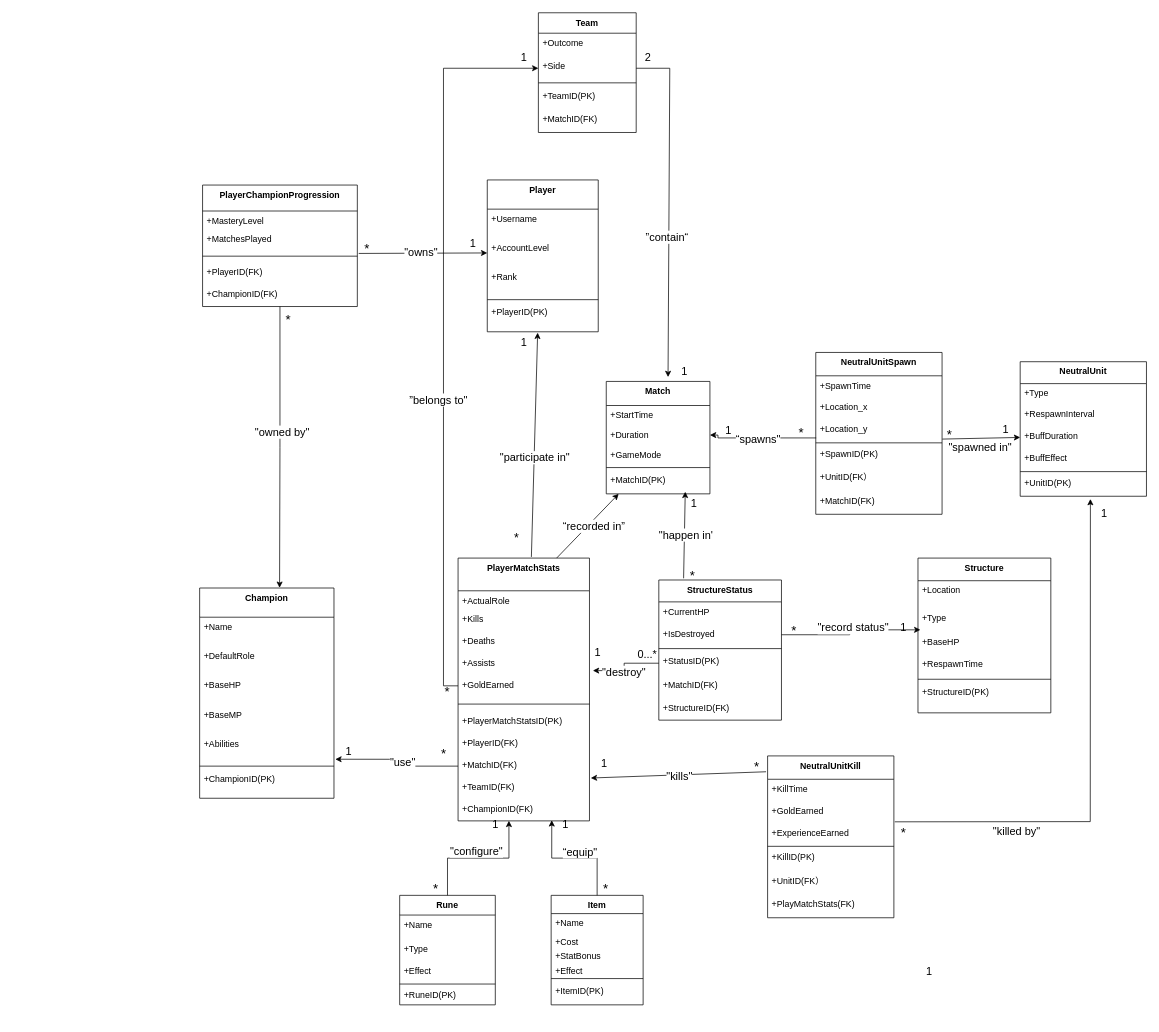
Before: 测试1.drawio in mushroomAAA/draw.io, a draw.io diagram. Source tidied: cells renumbered, new cells numbered last; positions are measured from the earlier drawing's top-left corner, leaving out a move shared by most shapes. Both pictures are drawn from the tidied source at 73%, with x=0, y=0 at pixel (199, 12).
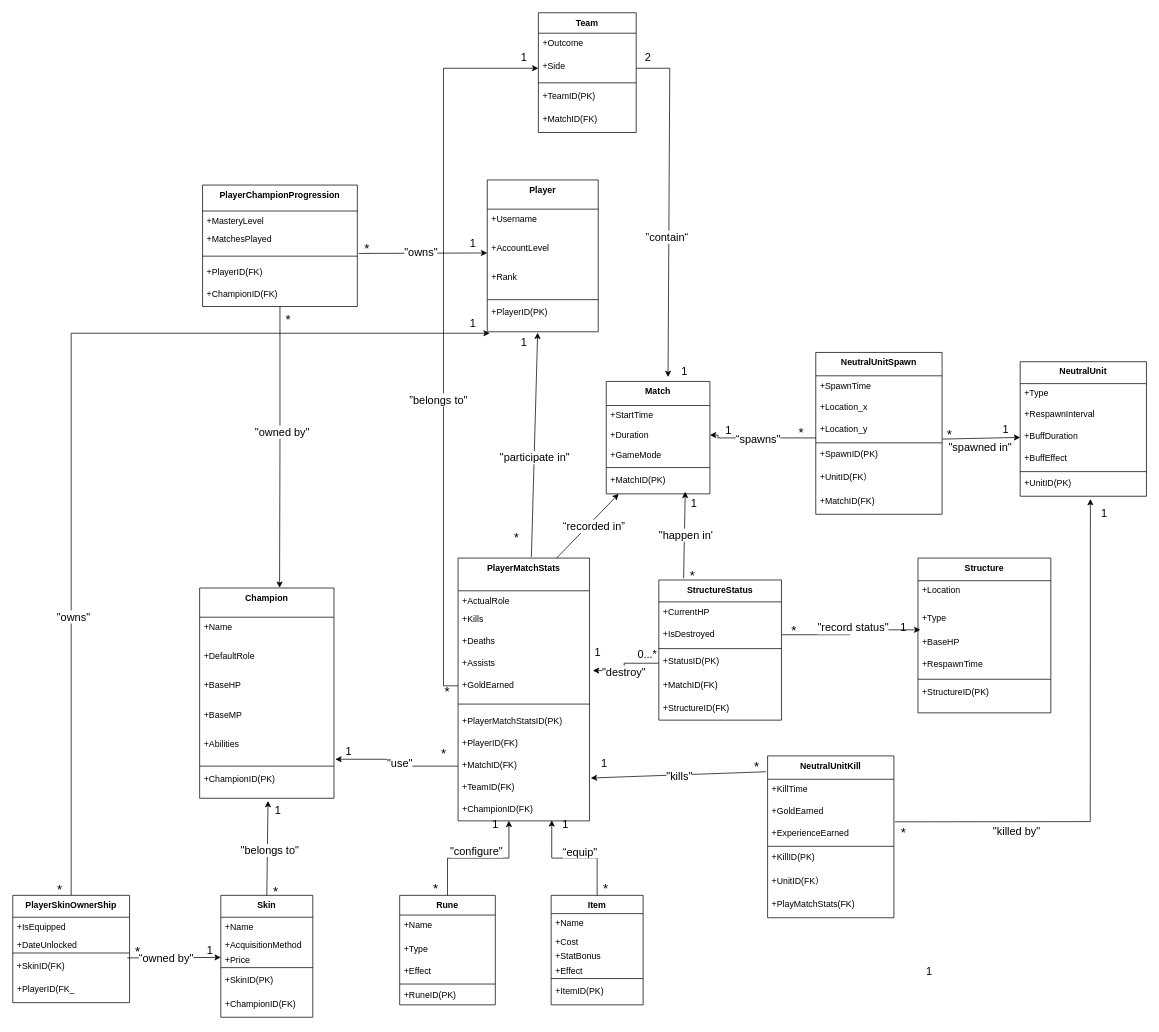
The same page after the edit.

Unchanged cells that the change refers to:
```xml
<mxCell id="27" value="+PlayerID(PK)" style="text;strokeColor=none;fillColor=none;align=left;verticalAlign=top;spacingLeft=4;spacingRight=4;overflow=hidden;points=[[0,0.5],[1,0.5]];portConstraint=eastwest;" parent="22" vertex="1">
  <mxGeometry y="168" width="152" height="40" as="geometry" />
</mxCell>
<mxCell id="35" value="+ChampionID(PK)" style="text;strokeColor=none;fillColor=none;align=left;verticalAlign=top;spacingLeft=4;spacingRight=4;overflow=hidden;points=[[0,0.5],[1,0.5]];portConstraint=eastwest;" parent="28" vertex="1">
  <mxGeometry y="248" width="184" height="40" as="geometry" />
</mxCell>
<mxCell id="94" style="edgeStyle=orthogonalEdgeStyle;rounded=0;jettySize=auto;html=1;exitX=0;exitY=0.5;exitDx=0;exitDy=0;entryX=1.01;entryY=0.864;entryDx=0;entryDy=0;entryPerimeter=0;" parent="1" edge="1" source="70" target="33">
  <mxGeometry relative="1" as="geometry" />
</mxCell>
```

The edit, as a diff of the source:
```diff
@@
     <mxCell id="95" value="&quot;use&quot;" style="edgeLabel;html=1;align=center;verticalAlign=middle;fontSize=15;" parent="94" vertex="1">
       <mxGeometry x="-0.01" y="-4" relative="1" as="geometry">
-        <mxPoint x="4" y="-4" as="offset" />
+        <mxPoint y="-2" as="offset" />
       </mxGeometry>
     </mxCell>
@@
+    <mxCell id="158" value="Skin" style="swimlane;fontStyle=1;align=center;verticalAlign=top;horizontal=1;startSize=30;" parent="1" vertex="1">
+      <mxGeometry x="29" y="1209" width="126" height="167" as="geometry" />
+    </mxCell>
+    <mxCell id="159" value="+Name" style="text;strokeColor=none;fillColor=none;align=left;verticalAlign=top;spacingLeft=4;spacingRight=4;overflow=hidden;" parent="158" vertex="1">
+      <mxGeometry y="30" width="126" height="25" as="geometry" />
+    </mxCell>
+    <mxCell id="160" value="+AcquisitionMethod" style="text;strokeColor=none;fillColor=none;align=left;verticalAlign=top;spacingLeft=4;spacingRight=4;overflow=hidden;" parent="158" vertex="1">
+      <mxGeometry y="55" width="126" height="20" as="geometry" />
+    </mxCell>
+    <mxCell id="161" value="+Price" style="text;strokeColor=none;fillColor=none;align=left;verticalAlign=top;spacingLeft=4;spacingRight=4;overflow=hidden;points=[[0,0.5],[1,0.5]];portConstraint=eastwest;" parent="158" vertex="1">
+      <mxGeometry y="75" width="126" height="20" as="geometry" />
+    </mxCell>
+    <mxCell id="162" style="line;strokeWidth=1;fillColor=none;align=left;verticalAlign=middle;spacingTop=-1;spacingLeft=3;spacingRight=3;labelPosition=right;strokeColor=inherit;" parent="158" vertex="1">
+      <mxGeometry y="95" width="126" height="8" as="geometry" />
+    </mxCell>
+    <mxCell id="163" value="+SkinID(PK)" style="text;strokeColor=none;fillColor=none;align=left;verticalAlign=top;spacingLeft=4;spacingRight=4;overflow=hidden;" parent="158" vertex="1">
+      <mxGeometry y="103" width="126" height="32" as="geometry" />
+    </mxCell>
+    <mxCell id="164" value="+ChampionID(FK)" style="text;strokeColor=none;fillColor=none;align=left;verticalAlign=top;spacingLeft=4;spacingRight=4;overflow=hidden;" parent="158" vertex="1">
+      <mxGeometry y="135" width="126" height="32" as="geometry" />
+    </mxCell>
+    <mxCell id="165" style="edgeStyle=orthogonalEdgeStyle;rounded=0;jettySize=auto;html=1;exitX=0.5;exitY=0;exitDx=0;exitDy=0;entryX=0.022;entryY=1.05;entryDx=0;entryDy=0;entryPerimeter=0;" parent="1" edge="1" source="167" target="27">
+      <mxGeometry relative="1" as="geometry" />
+    </mxCell>
+    <mxCell id="166" value="&quot;owns&quot;" style="edgeLabel;html=1;align=center;verticalAlign=middle;fontSize=15;" parent="165" vertex="1">
+      <mxGeometry x="-0.43" y="-2" relative="1" as="geometry" />
+    </mxCell>
+    <mxCell id="167" value="PlayerSkinOwnerShip" style="swimlane;fontStyle=1;align=center;verticalAlign=top;horizontal=1;startSize=30;" parent="1" vertex="1">
+      <mxGeometry x="-256" y="1209" width="160" height="147" as="geometry" />
+    </mxCell>
+    <mxCell id="168" value="+IsEquipped" style="text;strokeColor=none;fillColor=none;align=left;verticalAlign=top;spacingLeft=4;spacingRight=4;overflow=hidden;" parent="167" vertex="1">
+      <mxGeometry y="30" width="160" height="25" as="geometry" />
+    </mxCell>
+    <mxCell id="169" value="+DateUnlocked" style="text;strokeColor=none;fillColor=none;align=left;verticalAlign=top;spacingLeft=4;spacingRight=4;overflow=hidden;" parent="167" vertex="1">
+      <mxGeometry y="55" width="160" height="20" as="geometry" />
+    </mxCell>
+    <mxCell id="170" style="line;strokeWidth=1;fillColor=none;align=left;verticalAlign=middle;spacingTop=-1;spacingLeft=3;spacingRight=3;labelPosition=right;strokeColor=inherit;" parent="167" vertex="1">
+      <mxGeometry y="75" width="160" height="8" as="geometry" />
+    </mxCell>
+    <mxCell id="171" value="+SkinID(FK)" style="text;strokeColor=none;fillColor=none;align=left;verticalAlign=top;spacingLeft=4;spacingRight=4;overflow=hidden;points=[[0,0.5],[1,0.5]];portConstraint=eastwest;" parent="167" vertex="1">
+      <mxGeometry y="83" width="160" height="32" as="geometry" />
+    </mxCell>
+    <mxCell id="172" value="+PlayerID(FK_" style="text;strokeColor=none;fillColor=none;align=left;verticalAlign=top;spacingLeft=4;spacingRight=4;overflow=hidden;" parent="167" vertex="1">
+      <mxGeometry y="115" width="160" height="32" as="geometry" />
+    </mxCell>
+    <mxCell id="173" style="endArrow=classic;html=1;rounded=0;entryX=0.509;entryY=1.093;entryDx=0;entryDy=0;entryPerimeter=0;exitX=0.5;exitY=0;exitDx=0;exitDy=0;" parent="1" edge="1" source="158" target="35">
+      <mxGeometry relative="1" as="geometry" />
+    </mxCell>
+    <mxCell id="174" value="&quot;belongs to&quot;" style="edgeLabel;html=1;align=center;verticalAlign=middle;fontSize=15;" parent="173" vertex="1">
+      <mxGeometry x="-0.03" y="-3" relative="1" as="geometry" />
+    </mxCell>
+    <mxCell id="175" value="1" style="text;html=1;align=center;verticalAlign=middle;strokeColor=none;fillColor=none;fontSize=15;" parent="1" vertex="1">
+      <mxGeometry x="92" y="1077" width="30" height="30" as="geometry" />
+    </mxCell>
+    <mxCell id="176" value="*" style="text;html=1;align=center;verticalAlign=middle;strokeColor=none;fillColor=none;fontSize=18;" parent="1" vertex="1">
+      <mxGeometry x="89" y="1184" width="30" height="40" as="geometry" />
+    </mxCell>
+    <mxCell id="177" style="endArrow=classic;html=1;rounded=0;entryX=0;entryY=0.5;entryDx=0;entryDy=0;exitX=0.98;exitY=0.085;exitDx=0;exitDy=0;exitPerimeter=0;" parent="1" edge="1" source="171" target="161">
+      <mxGeometry relative="1" as="geometry" />
+    </mxCell>
+    <mxCell id="178" value="“owned by&quot;" style="edgeLabel;html=1;align=center;verticalAlign=middle;fontSize=15;" parent="177" vertex="1">
+      <mxGeometry x="-0.16" relative="1" as="geometry">
+        <mxPoint x="-1" as="offset" />
+      </mxGeometry>
+    </mxCell>
+    <mxCell id="179" value="1" style="text;html=1;align=center;verticalAlign=middle;strokeColor=none;fillColor=none;fontSize=15;" parent="1" vertex="1">
+      <mxGeometry x="-1" y="1269" width="30" height="30" as="geometry" />
+    </mxCell>
+    <mxCell id="180" value="*" style="text;html=1;align=center;verticalAlign=middle;strokeColor=none;fillColor=none;fontSize=18;" parent="1" vertex="1">
+      <mxGeometry x="-100" y="1267" width="30" height="40" as="geometry" />
+    </mxCell>
+    <mxCell id="181" value="1" style="text;html=1;align=center;verticalAlign=middle;strokeColor=none;fillColor=none;fontSize=15;" parent="1" vertex="1">
+      <mxGeometry x="359" y="410" width="30" height="30" as="geometry" />
+    </mxCell>
+    <mxCell id="182" value="*" style="text;html=1;align=center;verticalAlign=middle;strokeColor=none;fillColor=none;fontSize=18;" parent="1" vertex="1">
+      <mxGeometry x="-207" y="1182" width="30" height="40" as="geometry" />
+    </mxCell>
```
